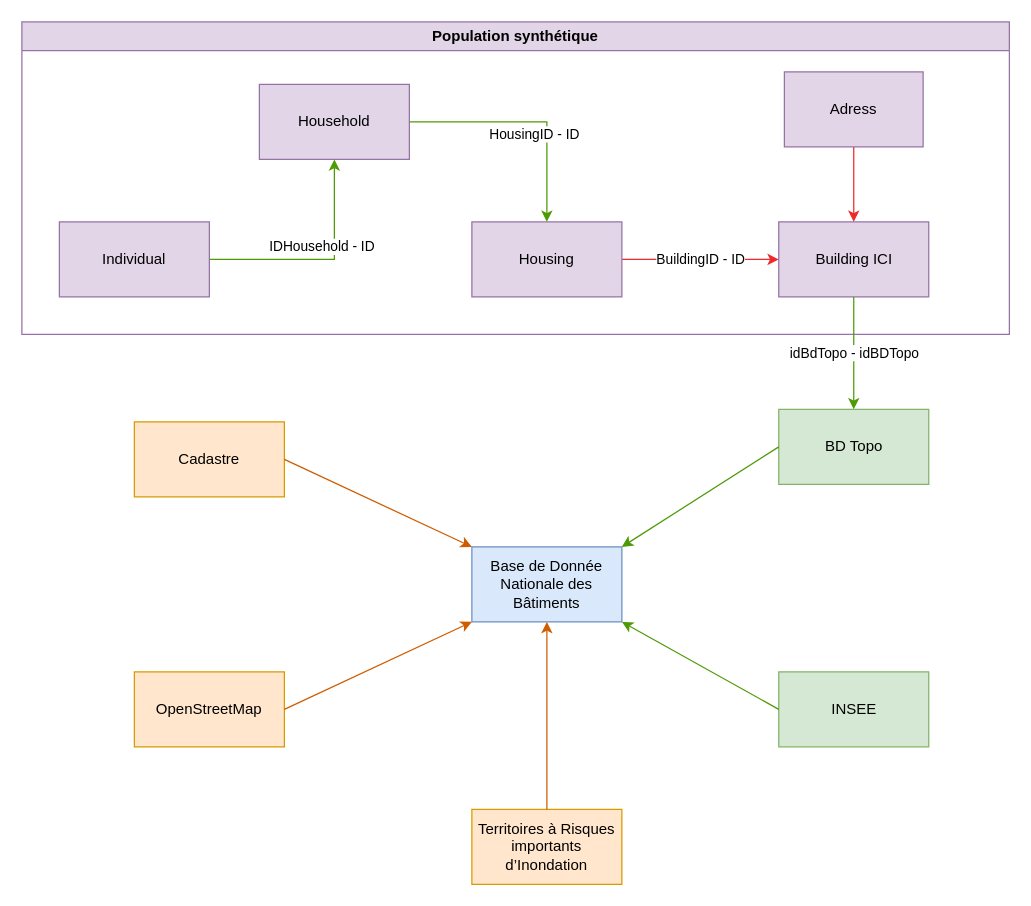
Above: liens_entre_bases.drawio in EnzoVenon/Gemini_numeriques (draw.io), before the change. Source tidied: cells renumbered, new cells numbered last; positions are measured from the earlier drawing's top-left corner, leaving out a move shared by most shapes. Both pictures are drawn from the tidied source at 125%, with x=0, y=0 at pixel (21, 21).
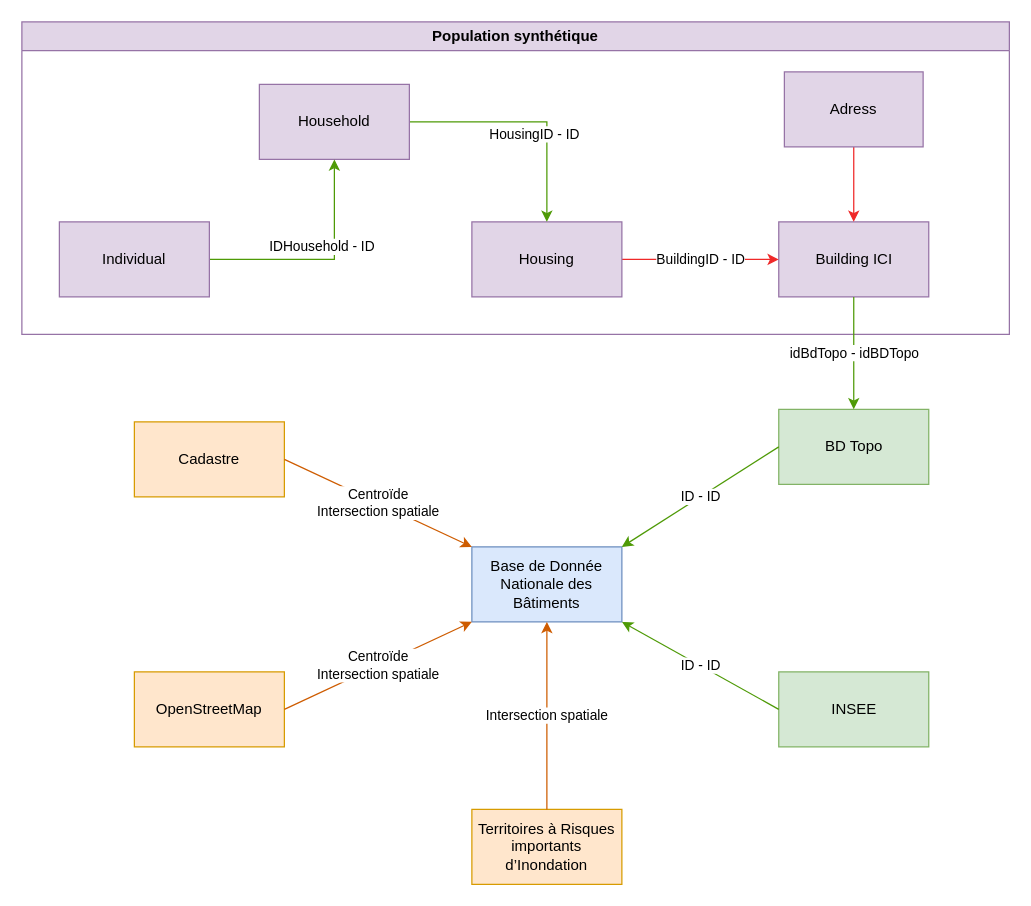
The same diagram, later.

Commit message:
Adding links by ID and spatial intersection

The change refers to these unchanged cells:
```xml
<mxCell id="2" value="Base de Donnée Nationale des Bâtiments" style="rounded=0;whiteSpace=wrap;html=1;fillColor=#dae8fc;strokeColor=#6c8ebf;" parent="1" vertex="1">
  <mxGeometry x="360" y="420" width="120" height="60" as="geometry" />
</mxCell>
<mxCell id="3" value="&lt;div&gt;BD Topo&lt;/div&gt;" style="rounded=0;whiteSpace=wrap;html=1;fillColor=#d5e8d4;strokeColor=#82b366;" parent="1" vertex="1">
  <mxGeometry x="605.5" y="310" width="120" height="60" as="geometry" />
</mxCell>
<mxCell id="4" value="&lt;div&gt;Cadastre&lt;/div&gt;" style="rounded=0;whiteSpace=wrap;html=1;fillColor=#ffe6cc;strokeColor=#d79b00;" parent="1" vertex="1">
  <mxGeometry x="90" y="320" width="120" height="60" as="geometry" />
</mxCell>
<mxCell id="5" value="OpenStreetMap" style="rounded=0;whiteSpace=wrap;html=1;fillColor=#ffe6cc;strokeColor=#d79b00;" parent="1" vertex="1">
  <mxGeometry x="90" y="520" width="120" height="60" as="geometry" />
</mxCell>
<mxCell id="6" value="INSEE" style="rounded=0;whiteSpace=wrap;html=1;fillColor=#d5e8d4;strokeColor=#82b366;" parent="1" vertex="1">
  <mxGeometry x="605.5" y="520" width="120" height="60" as="geometry" />
</mxCell>
<mxCell id="7" value="Territoires à Risques importants d’Inondation" style="rounded=0;whiteSpace=wrap;html=1;fillColor=#ffe6cc;strokeColor=#d79b00;" parent="1" vertex="1">
  <mxGeometry x="360" y="630" width="120" height="60" as="geometry" />
</mxCell>
```

The edit, as a diff of the source:
```diff
@@
-    <mxCell id="8" style="endArrow=classic;html=1;rounded=0;exitX=1;exitY=0.5;exitDx=0;exitDy=0;entryX=0;entryY=0;entryDx=0;entryDy=0;strokeColor=#ce5c00;" parent="1" edge="1" source="4" target="2">
+    <mxCell id="8" value="&lt;div&gt;Centroïde &lt;br&gt;&lt;/div&gt;&lt;div&gt;Intersection spatiale&lt;br&gt;&lt;/div&gt;" style="endArrow=classic;html=1;rounded=0;exitX=1;exitY=0.5;exitDx=0;exitDy=0;entryX=0;entryY=0;entryDx=0;entryDy=0;strokeColor=#ce5c00;" parent="1" edge="1" source="4" target="2">
       <mxGeometry relative="1" as="geometry" />
     </mxCell>
-    <mxCell id="9" style="endArrow=classic;html=1;rounded=0;entryX=1;entryY=0;entryDx=0;entryDy=0;exitX=0;exitY=0.5;exitDx=0;exitDy=0;strokeColor=#4e9a06;" parent="1" edge="1" source="3" target="2">
+    <mxCell id="9" value="ID - ID" style="endArrow=classic;html=1;rounded=0;entryX=1;entryY=0;entryDx=0;entryDy=0;exitX=0;exitY=0.5;exitDx=0;exitDy=0;strokeColor=#4e9a06;" parent="1" edge="1" source="3" target="2">
       <mxGeometry relative="1" as="geometry" />
     </mxCell>
-    <mxCell id="10" style="endArrow=classic;html=1;rounded=0;exitX=0.5;exitY=0;exitDx=0;exitDy=0;entryX=0.5;entryY=1;entryDx=0;entryDy=0;strokeColor=#ce5c00;" parent="1" edge="1" source="7" target="2">
+    <mxCell id="10" value="Intersection spatiale" style="endArrow=classic;html=1;rounded=0;exitX=0.5;exitY=0;exitDx=0;exitDy=0;entryX=0.5;entryY=1;entryDx=0;entryDy=0;strokeColor=#ce5c00;" parent="1" edge="1" source="7" target="2">
       <mxGeometry relative="1" as="geometry" />
     </mxCell>
-    <mxCell id="11" style="endArrow=classic;html=1;rounded=0;exitX=1;exitY=0.5;exitDx=0;exitDy=0;entryX=0;entryY=1;entryDx=0;entryDy=0;strokeColor=#ce5c00;" parent="1" edge="1" source="5" target="2">
+    <mxCell id="11" value="&lt;div&gt;Centroïde&lt;/div&gt;&lt;div&gt;Intersection spatiale&lt;br&gt;&lt;/div&gt;" style="endArrow=classic;html=1;rounded=0;exitX=1;exitY=0.5;exitDx=0;exitDy=0;entryX=0;entryY=1;entryDx=0;entryDy=0;strokeColor=#ce5c00;" parent="1" edge="1" source="5" target="2">
       <mxGeometry relative="1" as="geometry" />
     </mxCell>
-    <mxCell id="12" style="endArrow=classic;html=1;rounded=0;exitX=0;exitY=0.5;exitDx=0;exitDy=0;entryX=1;entryY=1;entryDx=0;entryDy=0;strokeColor=#4e9a06;" parent="1" edge="1" source="6" target="2">
+    <mxCell id="12" value="ID - ID" style="endArrow=classic;html=1;rounded=0;exitX=0;exitY=0.5;exitDx=0;exitDy=0;entryX=1;entryY=1;entryDx=0;entryDy=0;strokeColor=#4e9a06;" parent="1" edge="1" source="6" target="2">
       <mxGeometry relative="1" as="geometry" />
     </mxCell>
```
